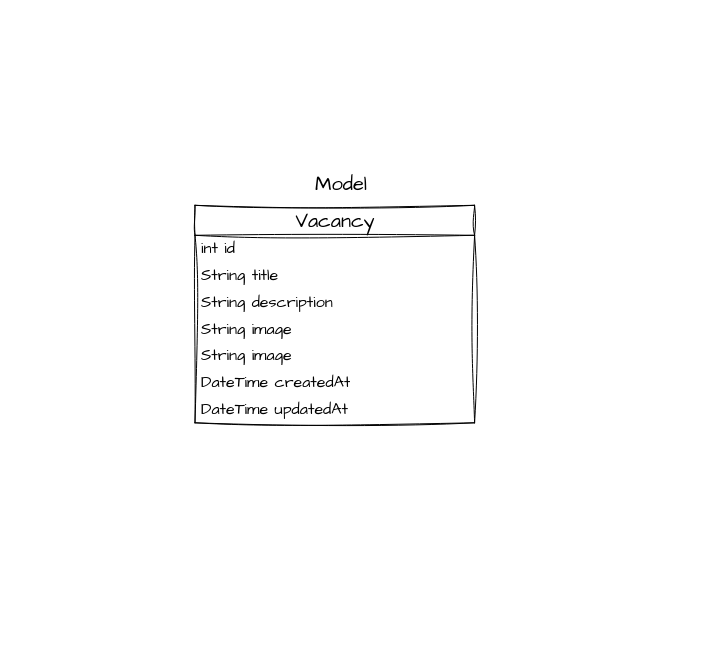
Before: page "Page-2" (1 of 2) of abstraction.drawio in Luanftg/backend-vagas-estudo, a draw.io diagram. Source tidied: cells renumbered, new cells numbered last; positions are measured from the earlier drawing's top-left corner, leaving out a move shared by most shapes. Both pictures are drawn from the tidied source at 100%, with x=0, y=0 at pixel (17, 77).
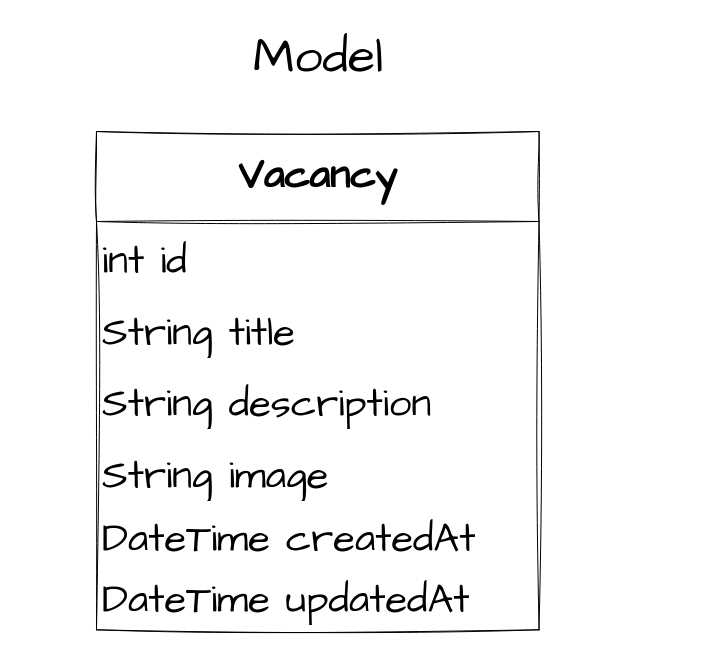
The same diagram, later.

Diff of the diagram source:
```diff
@@
 <mxGraphModel>
   <root>
     <mxCell id="0" />
     <mxCell id="1" parent="0" />
-    <mxCell id="2" style="group;" parent="1" vertex="1">
-      <mxGeometry width="676" height="500" as="geometry" />
-    </mxCell>
-    <mxCell id="3" value="Vacancy" style="swimlane;fontStyle=0;horizontal=1;startSize=30;whiteSpace=wrap;html=1;sketch=1;hachureGap=4;jiggle=2;curveFitting=1;fontFamily=Architects Daughter;fontSize=20;" parent="2" vertex="1">
-      <mxGeometry x="177.5" y="127.8" width="279.6" height="217.5" as="geometry" />
+    <mxCell id="3" value="&lt;b&gt;Vacancy&lt;/b&gt;" style="swimlane;fontStyle=0;horizontal=1;startSize=90;whiteSpace=wrap;html=1;sketch=1;hachureGap=4;jiggle=2;curveFitting=1;fontFamily=Architects Daughter;fontSize=40;" parent="1" vertex="1">
+      <mxGeometry x="79" y="54" width="442.5" height="498.3" as="geometry" />
     </mxCell>
-    <mxCell id="4" value="int id" style="text;strokeColor=none;fillColor=none;align=left;verticalAlign=middle;spacingLeft=4;spacingRight=4;overflow=hidden;whiteSpace=wrap;html=1;fontSize=16;sketch=1;hachureGap=4;jiggle=2;curveFitting=1;fontFamily=Architects Daughter;" parent="3" vertex="1">
-      <mxGeometry y="30" width="279.6" height="26.8" as="geometry" />
+    <mxCell id="4" value="int id" style="text;strokeColor=none;fillColor=none;align=left;verticalAlign=middle;spacingLeft=4;spacingRight=4;overflow=hidden;whiteSpace=wrap;html=1;fontSize=40;sketch=1;hachureGap=4;jiggle=2;curveFitting=1;fontFamily=Architects Daughter;" parent="3" vertex="1">
+      <mxGeometry y="90" width="442.5" height="80" as="geometry" />
     </mxCell>
-    <mxCell id="5" value="String title" style="text;strokeColor=none;fillColor=none;align=left;verticalAlign=middle;spacingLeft=4;spacingRight=4;overflow=hidden;whiteSpace=wrap;html=1;fontSize=16;sketch=1;hachureGap=4;jiggle=2;curveFitting=1;fontFamily=Architects Daughter;" parent="3" vertex="1">
-      <mxGeometry y="56.8" width="279.6" height="26.8" as="geometry" />
+    <mxCell id="5" value="String title" style="text;strokeColor=none;fillColor=none;align=left;verticalAlign=middle;spacingLeft=4;spacingRight=4;overflow=hidden;whiteSpace=wrap;html=1;fontSize=40;sketch=1;hachureGap=4;jiggle=2;curveFitting=1;fontFamily=Architects Daughter;" parent="3" vertex="1">
+      <mxGeometry y="170" width="442.5" height="63.2" as="geometry" />
     </mxCell>
-    <mxCell id="6" value="String description" style="text;strokeColor=none;fillColor=none;align=left;verticalAlign=middle;spacingLeft=4;spacingRight=4;overflow=hidden;whiteSpace=wrap;html=1;fontSize=16;sketch=1;hachureGap=4;jiggle=2;curveFitting=1;fontFamily=Architects Daughter;" parent="3" vertex="1">
-      <mxGeometry y="83.6" width="279.6" height="26.8" as="geometry" />
+    <mxCell id="6" value="String description" style="text;strokeColor=none;fillColor=none;align=left;verticalAlign=middle;spacingLeft=4;spacingRight=4;overflow=hidden;whiteSpace=wrap;html=1;fontSize=40;sketch=1;hachureGap=4;jiggle=2;curveFitting=1;fontFamily=Architects Daughter;" parent="3" vertex="1">
+      <mxGeometry y="233.2" width="442.5" height="80" as="geometry" />
     </mxCell>
-    <mxCell id="7" value="String image" style="text;strokeColor=none;fillColor=none;align=left;verticalAlign=middle;spacingLeft=4;spacingRight=4;overflow=hidden;whiteSpace=wrap;html=1;fontSize=16;sketch=1;hachureGap=4;jiggle=2;curveFitting=1;fontFamily=Architects Daughter;" parent="3" vertex="1">
-      <mxGeometry y="110.4" width="279.6" height="26.8" as="geometry" />
+    <mxCell id="7" value="String image" style="text;strokeColor=none;fillColor=none;align=left;verticalAlign=middle;spacingLeft=4;spacingRight=4;overflow=hidden;whiteSpace=wrap;html=1;fontSize=40;sketch=1;hachureGap=4;jiggle=2;curveFitting=1;fontFamily=Architects Daughter;" parent="3" vertex="1">
+      <mxGeometry y="313.2" width="442.5" height="63.2" as="geometry" />
     </mxCell>
-    <mxCell id="8" value="String image" style="text;strokeColor=none;fillColor=none;align=left;verticalAlign=middle;spacingLeft=4;spacingRight=4;overflow=hidden;whiteSpace=wrap;html=1;fontSize=16;sketch=1;hachureGap=4;jiggle=2;curveFitting=1;fontFamily=Architects Daughter;" parent="3" vertex="1">
-      <mxGeometry y="137.1" width="279.6" height="26.8" as="geometry" />
-    </mxCell>
-    <mxCell id="9" value="DateTime createdAt" style="text;strokeColor=none;fillColor=none;align=left;verticalAlign=middle;spacingLeft=4;spacingRight=4;overflow=hidden;whiteSpace=wrap;html=1;fontSize=16;sketch=1;hachureGap=4;jiggle=2;curveFitting=1;fontFamily=Architects Daughter;" parent="3" vertex="1">
-      <mxGeometry y="163.9" width="279.6" height="26.8" as="geometry" />
+    <mxCell id="9" value="DateTime createdAt" style="text;strokeColor=none;fillColor=none;align=left;verticalAlign=middle;spacingLeft=4;spacingRight=4;overflow=hidden;whiteSpace=wrap;html=1;fontSize=40;sketch=1;hachureGap=4;jiggle=2;curveFitting=1;fontFamily=Architects Daughter;" parent="3" vertex="1">
+      <mxGeometry y="376.4" width="442.5" height="63.6" as="geometry" />
     </mxCell>
-    <mxCell id="10" value="DateTime updatedAt" style="text;strokeColor=none;fillColor=none;align=left;verticalAlign=middle;spacingLeft=4;spacingRight=4;overflow=hidden;whiteSpace=wrap;html=1;fontSize=16;sketch=1;hachureGap=4;jiggle=2;curveFitting=1;fontFamily=Architects Daughter;" parent="3" vertex="1">
-      <mxGeometry y="190.7" width="279.6" height="26.8" as="geometry" />
+    <mxCell id="10" value="DateTime updatedAt" style="text;strokeColor=none;fillColor=none;align=left;verticalAlign=middle;spacingLeft=4;spacingRight=4;overflow=hidden;whiteSpace=wrap;html=1;fontSize=40;sketch=1;hachureGap=4;jiggle=2;curveFitting=1;fontFamily=Architects Daughter;" parent="3" vertex="1">
+      <mxGeometry y="440" width="442.5" height="58.2" as="geometry" />
     </mxCell>
-    <mxCell id="11" value="Model" style="text;html=1;strokeColor=none;fillColor=none;align=center;verticalAlign=middle;whiteSpace=wrap;rounded=0;sketch=1;hachureGap=4;jiggle=2;curveFitting=1;fontFamily=Architects Daughter;fontSize=20;" parent="2" vertex="1">
-      <mxGeometry x="290.2" y="92.1" width="67.6" height="26.8" as="geometry" />
+    <mxCell id="11" value="Model" style="text;html=1;strokeColor=none;fillColor=none;align=center;verticalAlign=middle;whiteSpace=wrap;rounded=0;sketch=1;hachureGap=4;jiggle=2;curveFitting=1;fontFamily=Architects Daughter;fontSize=50;" parent="1" vertex="1">
+      <mxGeometry x="212" y="-60" width="177.6" height="80" as="geometry" />
     </mxCell>
   </root>
 </mxGraphModel>
```
